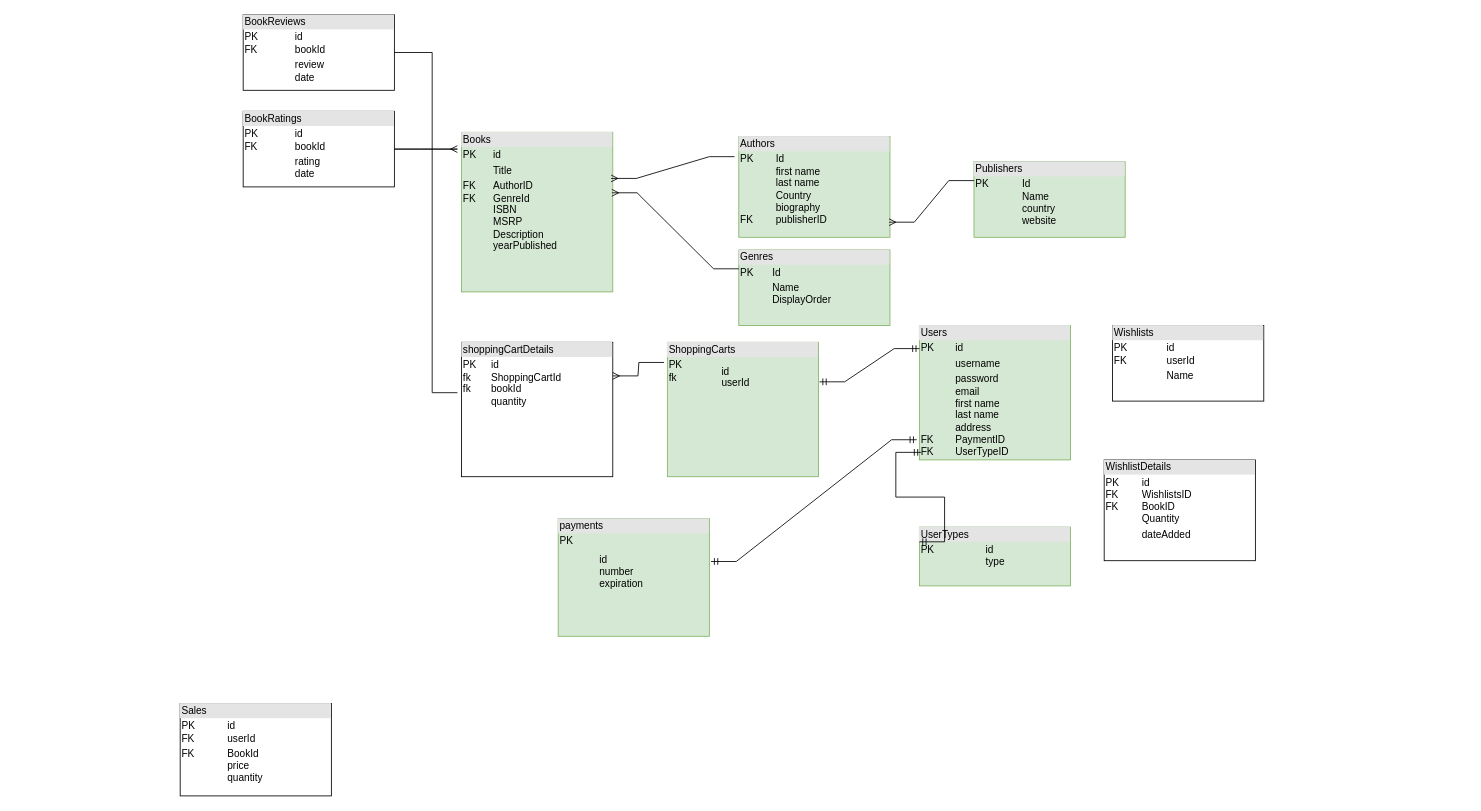
Earlier version of the draw.io diagram Database Schema.drawio (diegomfg/cen-bookapi). Source tidied: cells renumbered, new cells numbered last; positions are measured from the earlier drawing's top-left corner, leaving out a move shared by most shapes. Both pictures are drawn from the tidied source at 84%, with x=0, y=0 at pixel (180, 14).
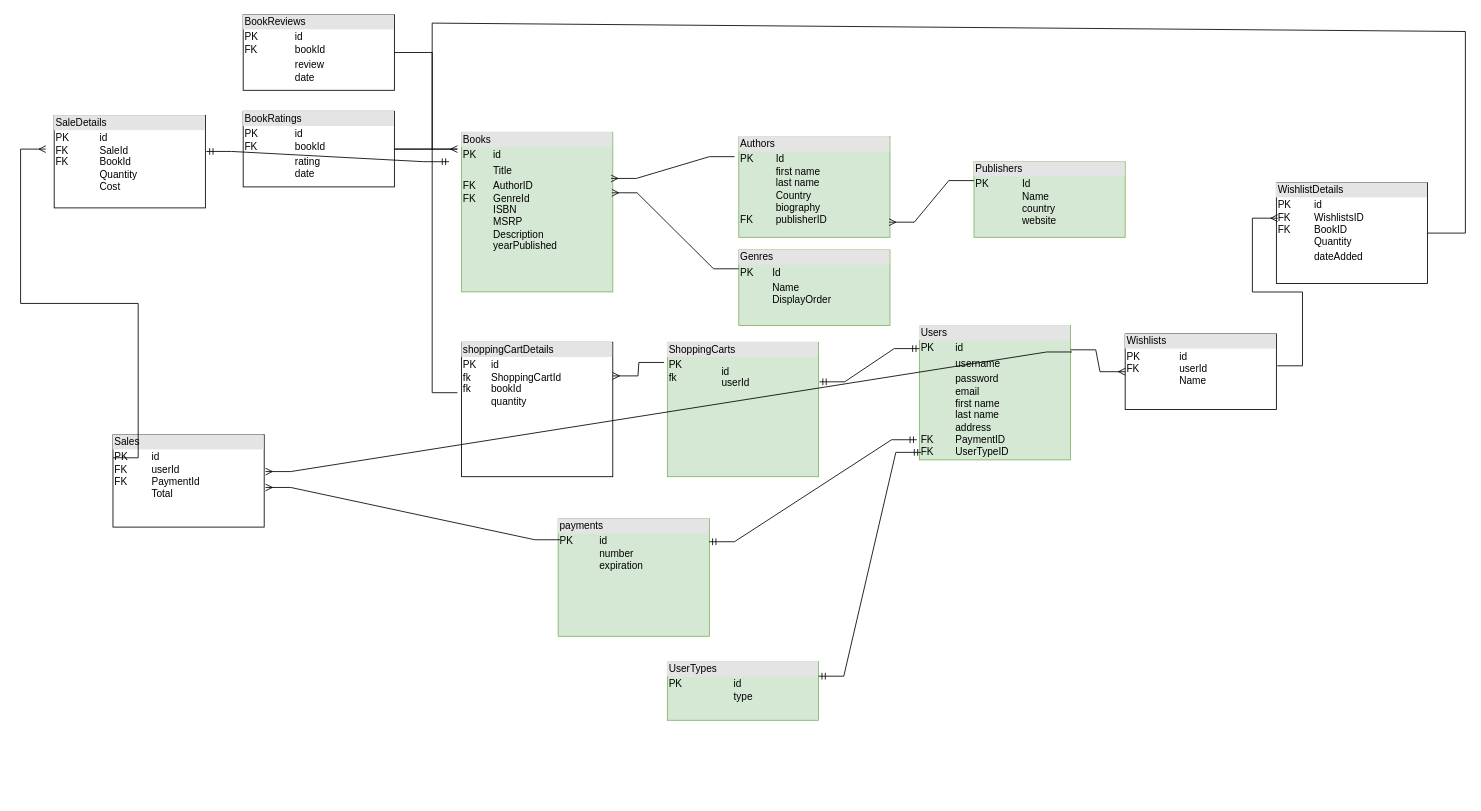
The same diagram, later.

Unchanged cells that the change refers to:
```xml
<mxCell id="6" value="&lt;div style=&quot;box-sizing:border-box;width:100%;background:#e4e4e4;padding:2px;&quot;&gt;Users&lt;/div&gt;&lt;table style=&quot;width:100%;font-size:1em;&quot; cellpadding=&quot;2&quot; cellspacing=&quot;0&quot;&gt;&lt;tbody&gt;&lt;tr&gt;&lt;td&gt;PK&lt;/td&gt;&lt;td&gt;id&lt;/td&gt;&lt;/tr&gt;&lt;tr&gt;&lt;td&gt;&lt;br&gt;&lt;/td&gt;&lt;td&gt;username&lt;/td&gt;&lt;/tr&gt;&lt;tr&gt;&lt;td&gt;&lt;br&gt;&lt;br&gt;&lt;br&gt;FK&lt;br&gt;FK&lt;/td&gt;&lt;td&gt;password&lt;br&gt;email&lt;br&gt;first name&lt;br&gt;last name&lt;br&gt;address&lt;br&gt;PaymentID&lt;br&gt;UserTypeID&lt;br&gt;&lt;br&gt;&lt;br&gt;&lt;/td&gt;&lt;/tr&gt;&lt;/tbody&gt;&lt;/table&gt;" style="verticalAlign=top;align=left;overflow=fill;html=1;whiteSpace=wrap;fillColor=#d5e8d4;strokeColor=#82b366;" parent="1" vertex="1">
  <mxGeometry x="880" y="370" width="180" height="160" as="geometry" />
</mxCell>
```

Diff of the diagram source:
```diff
@@
-    <mxCell id="7" value="&lt;div style=&quot;box-sizing:border-box;width:100%;background:#e4e4e4;padding:2px;&quot;&gt;payments&lt;/div&gt;&lt;table style=&quot;width:100%;font-size:1em;&quot; cellpadding=&quot;2&quot; cellspacing=&quot;0&quot;&gt;&lt;tbody&gt;&lt;tr&gt;&lt;td&gt;PK&lt;br&gt;&lt;br&gt;&lt;br&gt;&lt;br&gt;&lt;br&gt;&lt;br&gt;&lt;/td&gt;&lt;td&gt;id&lt;br&gt;number&lt;br style=&quot;--tw-translate-x: 0; --tw-translate-y: 0; --tw-rotate: 0; --tw-skew-x: 0; --tw-skew-y: 0; --tw-scale-x: 1; --tw-scale-y: 1; --tw-pan-x: ; --tw-pan-y: ; --tw-pinch-zoom: ; --tw-scroll-snap-strictness: proximity; --tw-ordinal: ; --tw-slashed-zero: ; --tw-numeric-figure: ; --tw-numeric-spacing: ; --tw-numeric-fraction: ; --tw-ring-inset: ; --tw-ring-offset-width: 0px; --tw-ring-offset-color: #fff; --tw-ring-color: rgb(59 130 246 / .5); --tw-ring-offset-shadow: 0 0 #0000; --tw-ring-shadow: 0 0 #0000; --tw-shadow: 0 0 #0000; --tw-shadow-colored: 0 0 #0000; --tw-blur: ; --tw-brightness: ; --tw-contrast: ; --tw-grayscale: ; --tw-hue-rotate: ; --tw-invert: ; --tw-saturate: ; --tw-sepia: ; --tw-drop-shadow: ; --tw-backdrop-blur: ; --tw-backdrop-brightness: ; --tw-backdrop-contrast: ; --tw-backdrop-grayscale: ; --tw-backdrop-hue-rotate: ; --tw-backdrop-invert: ; --tw-backdrop-opacity: ; --tw-backdrop-saturate: ; --tw-backdrop-sepia: ; border-color: var(--border-color);&quot;&gt;expiration&lt;br&gt;&lt;/td&gt;&lt;/tr&gt;&lt;tr&gt;&lt;td&gt;&lt;br&gt;&lt;/td&gt;&lt;td&gt;&lt;br&gt;&lt;/td&gt;&lt;/tr&gt;&lt;tr&gt;&lt;td&gt;&lt;br&gt;&lt;/td&gt;&lt;td&gt;&lt;br&gt;&lt;br&gt;&lt;/td&gt;&lt;/tr&gt;&lt;/tbody&gt;&lt;/table&gt;" style="verticalAlign=top;align=left;overflow=fill;html=1;whiteSpace=wrap;fillColor=#d5e8d4;strokeColor=#82b366;" parent="1" vertex="1">
+    <mxCell id="7" value="&lt;div style=&quot;box-sizing:border-box;width:100%;background:#e4e4e4;padding:2px;&quot;&gt;payments&lt;/div&gt;&lt;table style=&quot;width:100%;font-size:1em;&quot; cellpadding=&quot;2&quot; cellspacing=&quot;0&quot;&gt;&lt;tbody&gt;&lt;tr&gt;&lt;td&gt;PK&lt;br&gt;&lt;br&gt;&lt;br&gt;&lt;/td&gt;&lt;td&gt;id&lt;br&gt;number&lt;br style=&quot;--tw-translate-x: 0; --tw-translate-y: 0; --tw-rotate: 0; --tw-skew-x: 0; --tw-skew-y: 0; --tw-scale-x: 1; --tw-scale-y: 1; --tw-pan-x: ; --tw-pan-y: ; --tw-pinch-zoom: ; --tw-scroll-snap-strictness: proximity; --tw-ordinal: ; --tw-slashed-zero: ; --tw-numeric-figure: ; --tw-numeric-spacing: ; --tw-numeric-fraction: ; --tw-ring-inset: ; --tw-ring-offset-width: 0px; --tw-ring-offset-color: #fff; --tw-ring-color: rgb(59 130 246 / .5); --tw-ring-offset-shadow: 0 0 #0000; --tw-ring-shadow: 0 0 #0000; --tw-shadow: 0 0 #0000; --tw-shadow-colored: 0 0 #0000; --tw-blur: ; --tw-brightness: ; --tw-contrast: ; --tw-grayscale: ; --tw-hue-rotate: ; --tw-invert: ; --tw-saturate: ; --tw-sepia: ; --tw-drop-shadow: ; --tw-backdrop-blur: ; --tw-backdrop-brightness: ; --tw-backdrop-contrast: ; --tw-backdrop-grayscale: ; --tw-backdrop-hue-rotate: ; --tw-backdrop-invert: ; --tw-backdrop-opacity: ; --tw-backdrop-saturate: ; --tw-backdrop-sepia: ; border-color: var(--border-color);&quot;&gt;expiration&lt;br&gt;&lt;/td&gt;&lt;/tr&gt;&lt;tr&gt;&lt;td&gt;&lt;br&gt;&lt;/td&gt;&lt;td&gt;&lt;br&gt;&lt;/td&gt;&lt;/tr&gt;&lt;tr&gt;&lt;td&gt;&lt;br&gt;&lt;/td&gt;&lt;td&gt;&lt;br&gt;&lt;br&gt;&lt;/td&gt;&lt;/tr&gt;&lt;/tbody&gt;&lt;/table&gt;" style="verticalAlign=top;align=left;overflow=fill;html=1;whiteSpace=wrap;fillColor=#d5e8d4;strokeColor=#82b366;" parent="1" vertex="1">
       <mxGeometry x="450" y="600" width="180" height="140" as="geometry" />
     </mxCell>
@@
-    <mxCell id="11" value="&lt;div style=&quot;box-sizing:border-box;width:100%;background:#e4e4e4;padding:2px;&quot;&gt;Wishlists&lt;/div&gt;&lt;table style=&quot;width:100%;font-size:1em;&quot; cellpadding=&quot;2&quot; cellspacing=&quot;0&quot;&gt;&lt;tbody&gt;&lt;tr&gt;&lt;td&gt;PK&lt;br&gt;FK&lt;/td&gt;&lt;td&gt;id&lt;br&gt;userId&lt;/td&gt;&lt;/tr&gt;&lt;tr&gt;&lt;td&gt;&lt;br&gt;&lt;/td&gt;&lt;td&gt;Name&lt;/td&gt;&lt;/tr&gt;&lt;tr&gt;&lt;td&gt;&lt;/td&gt;&lt;td&gt;&lt;br&gt;&lt;br&gt;&lt;br&gt;&lt;/td&gt;&lt;/tr&gt;&lt;/tbody&gt;&lt;/table&gt;" style="verticalAlign=top;align=left;overflow=fill;html=1;whiteSpace=wrap;" parent="1" vertex="1">
-      <mxGeometry x="1110" y="370" width="180" height="90" as="geometry" />
+    <mxCell id="11" value="&lt;div style=&quot;box-sizing:border-box;width:100%;background:#e4e4e4;padding:2px;&quot;&gt;Wishlists&lt;/div&gt;&lt;table style=&quot;width:100%;font-size:1em;&quot; cellpadding=&quot;2&quot; cellspacing=&quot;0&quot;&gt;&lt;tbody&gt;&lt;tr&gt;&lt;td&gt;PK&lt;br&gt;FK&lt;br&gt;&lt;br&gt;&lt;/td&gt;&lt;td&gt;id&lt;br&gt;userId&lt;br&gt;Name&lt;/td&gt;&lt;/tr&gt;&lt;tr&gt;&lt;td&gt;&lt;br&gt;&lt;/td&gt;&lt;td&gt;&lt;br&gt;&lt;/td&gt;&lt;/tr&gt;&lt;tr&gt;&lt;td&gt;&lt;/td&gt;&lt;td&gt;&lt;br&gt;&lt;br&gt;&lt;br&gt;&lt;/td&gt;&lt;/tr&gt;&lt;/tbody&gt;&lt;/table&gt;" style="verticalAlign=top;align=left;overflow=fill;html=1;whiteSpace=wrap;" parent="1" vertex="1">
+      <mxGeometry x="1125" y="380" width="180" height="90" as="geometry" />
     </mxCell>
     <mxCell id="12" value="&lt;div style=&quot;box-sizing:border-box;width:100%;background:#e4e4e4;padding:2px;&quot;&gt;WishlistDetails&lt;/div&gt;&lt;table style=&quot;width:100%;font-size:1em;&quot; cellpadding=&quot;2&quot; cellspacing=&quot;0&quot;&gt;&lt;tbody&gt;&lt;tr&gt;&lt;td&gt;PK&lt;br&gt;FK&lt;br&gt;FK&lt;br&gt;&lt;br&gt;&lt;/td&gt;&lt;td&gt;id&lt;br&gt;WishlistsID&lt;br&gt;BookID&lt;br&gt;Quantity&lt;/td&gt;&lt;/tr&gt;&lt;tr&gt;&lt;td&gt;&lt;br&gt;&lt;/td&gt;&lt;td&gt;dateAdded&lt;/td&gt;&lt;/tr&gt;&lt;tr&gt;&lt;td&gt;&lt;/td&gt;&lt;td&gt;&lt;br&gt;&lt;br&gt;&lt;br&gt;&lt;/td&gt;&lt;/tr&gt;&lt;/tbody&gt;&lt;/table&gt;" style="verticalAlign=top;align=left;overflow=fill;html=1;whiteSpace=wrap;" parent="1" vertex="1">
-      <mxGeometry x="1100" y="530" width="180" height="120" as="geometry" />
+      <mxGeometry x="1305" y="200" width="180" height="120" as="geometry" />
     </mxCell>
-    <mxCell id="13" value="&lt;div style=&quot;box-sizing:border-box;width:100%;background:#e4e4e4;padding:2px;&quot;&gt;Sales&lt;/div&gt;&lt;table style=&quot;width:100%;font-size:1em;&quot; cellpadding=&quot;2&quot; cellspacing=&quot;0&quot;&gt;&lt;tbody&gt;&lt;tr&gt;&lt;td&gt;PK&lt;br&gt;FK&lt;/td&gt;&lt;td&gt;id&lt;br&gt;userId&lt;/td&gt;&lt;/tr&gt;&lt;tr&gt;&lt;td&gt;FK&lt;br&gt;&lt;br&gt;&lt;br&gt;&lt;/td&gt;&lt;td&gt;BookId&lt;br&gt;price&lt;br&gt;quantity&lt;/td&gt;&lt;/tr&gt;&lt;tr&gt;&lt;td&gt;&lt;br&gt;&lt;/td&gt;&lt;td&gt;&lt;br&gt;&lt;br&gt;&lt;br&gt;&lt;/td&gt;&lt;/tr&gt;&lt;/tbody&gt;&lt;/table&gt;" style="verticalAlign=top;align=left;overflow=fill;html=1;whiteSpace=wrap;" parent="1" vertex="1">
-      <mxGeometry y="820" width="180" height="110" as="geometry" />
+    <mxCell id="13" value="&lt;div style=&quot;box-sizing:border-box;width:100%;background:#e4e4e4;padding:2px;&quot;&gt;Sales&lt;/div&gt;&lt;table style=&quot;width:100%;font-size:1em;&quot; cellpadding=&quot;2&quot; cellspacing=&quot;0&quot;&gt;&lt;tbody&gt;&lt;tr&gt;&lt;td&gt;PK&lt;br&gt;FK&lt;br&gt;FK&lt;br&gt;&lt;br&gt;&lt;/td&gt;&lt;td&gt;id&lt;br&gt;userId&lt;br&gt;PaymentId&lt;br&gt;Total&lt;/td&gt;&lt;/tr&gt;&lt;tr&gt;&lt;td&gt;&lt;br&gt;&lt;/td&gt;&lt;td&gt;&lt;br&gt;&lt;/td&gt;&lt;/tr&gt;&lt;tr&gt;&lt;td&gt;&lt;br&gt;&lt;/td&gt;&lt;td&gt;&lt;br&gt;&lt;br&gt;&lt;br&gt;&lt;/td&gt;&lt;/tr&gt;&lt;/tbody&gt;&lt;/table&gt;" style="verticalAlign=top;align=left;overflow=fill;html=1;whiteSpace=wrap;" parent="1" vertex="1">
+      <mxGeometry x="-80" y="500" width="180" height="110" as="geometry" />
     </mxCell>
@@
     <mxCell id="17" value="&lt;div style=&quot;box-sizing:border-box;width:100%;background:#e4e4e4;padding:2px;&quot;&gt;UserTypes&lt;/div&gt;&lt;table style=&quot;width:100%;font-size:1em;&quot; cellpadding=&quot;2&quot; cellspacing=&quot;0&quot;&gt;&lt;tbody&gt;&lt;tr&gt;&lt;td&gt;PK&lt;br&gt;&lt;br&gt;&lt;/td&gt;&lt;td&gt;id&lt;br&gt;type&lt;/td&gt;&lt;/tr&gt;&lt;tr&gt;&lt;td&gt;&lt;/td&gt;&lt;td&gt;&lt;br&gt;&lt;/td&gt;&lt;/tr&gt;&lt;tr&gt;&lt;td&gt;&lt;/td&gt;&lt;td&gt;&lt;br&gt;&lt;br&gt;&lt;br&gt;&lt;/td&gt;&lt;/tr&gt;&lt;/tbody&gt;&lt;/table&gt;" style="verticalAlign=top;align=left;overflow=fill;html=1;whiteSpace=wrap;fillColor=#d5e8d4;strokeColor=#82b366;" parent="1" vertex="1">
-      <mxGeometry x="880" y="610" width="180" height="70" as="geometry" />
+      <mxGeometry x="580" y="770" width="180" height="70" as="geometry" />
     </mxCell>
-    <mxCell id="18" style="edgeStyle=entityRelationEdgeStyle;fontSize=12;html=1;endArrow=ERmandOne;startArrow=ERmandOne;rounded=0;fontFamily=Helvetica;fontColor=default;exitX=1.011;exitY=0.364;exitDx=0;exitDy=0;exitPerimeter=0;entryX=-0.017;entryY=0.85;entryDx=0;entryDy=0;entryPerimeter=0;" parent="1" edge="1" source="7" target="6">
+    <mxCell id="18" style="edgeStyle=entityRelationEdgeStyle;fontSize=12;html=1;endArrow=ERmandOne;startArrow=ERmandOne;rounded=0;fontFamily=Helvetica;fontColor=default;exitX=0.999;exitY=0.196;exitDx=0;exitDy=0;exitPerimeter=0;entryX=-0.017;entryY=0.85;entryDx=0;entryDy=0;entryPerimeter=0;" parent="1" edge="1" source="7" target="6">
       <mxGeometry relative="1" as="geometry" />
     </mxCell>
@@
-    <mxCell id="20" style="edgeStyle=entityRelationEdgeStyle;fontSize=12;html=1;endArrow=ERmandOne;startArrow=ERmandOne;rounded=0;fontFamily=Helvetica;fontColor=default;exitX=0;exitY=0.25;exitDx=0;exitDy=0;entryX=0.011;entryY=0.944;entryDx=0;entryDy=0;entryPerimeter=0;" parent="1" edge="1" source="17" target="6">
+    <mxCell id="20" style="edgeStyle=entityRelationEdgeStyle;fontSize=12;html=1;endArrow=ERmandOne;startArrow=ERmandOne;rounded=0;fontFamily=Helvetica;fontColor=default;exitX=1;exitY=0.25;exitDx=0;exitDy=0;entryX=0.011;entryY=0.944;entryDx=0;entryDy=0;entryPerimeter=0;" parent="1" edge="1" source="17" target="6">
       <mxGeometry relative="1" as="geometry">
         <Array as="points">
           <mxPoint x="840" y="590" />
           <mxPoint x="850" y="620" />
           <mxPoint x="880" y="550" />
         </Array>
       </mxGeometry>
     </mxCell>
@@
+    <mxCell id="27" style="edgeStyle=entityRelationEdgeStyle;fontSize=12;html=1;endArrow=ERmany;rounded=0;fontFamily=Helvetica;fontColor=default;exitX=1;exitY=0.181;exitDx=0;exitDy=0;entryX=0;entryY=0.5;entryDx=0;entryDy=0;exitPerimeter=0;" parent="1" edge="1" source="6" target="11">
+      <mxGeometry relative="1" as="geometry" />
+    </mxCell>
+    <mxCell id="28" style="edgeStyle=entityRelationEdgeStyle;fontSize=12;html=1;endArrow=ERmany;rounded=0;fontFamily=Helvetica;fontColor=default;exitX=1.006;exitY=0.422;exitDx=0;exitDy=0;entryX=0.008;entryY=0.352;entryDx=0;entryDy=0;exitPerimeter=0;entryPerimeter=0;" parent="1" edge="1" source="11" target="12">
+      <mxGeometry relative="1" as="geometry">
+        <Array as="points">
+          <mxPoint x="1360" y="409" />
+        </Array>
+      </mxGeometry>
+    </mxCell>
+    <mxCell id="29" style="endArrow=none;html=1;rounded=0;fontFamily=Helvetica;fontSize=12;fontColor=default;exitX=1;exitY=0.5;exitDx=0;exitDy=0;" parent="1" edge="1" source="12">
+      <mxGeometry relative="1" as="geometry">
+        <mxPoint x="1530" y="20" as="targetPoint" />
+        <Array as="points">
+          <mxPoint x="1530" y="260" />
+        </Array>
+      </mxGeometry>
+    </mxCell>
+    <mxCell id="30" style="endArrow=none;html=1;rounded=0;fontFamily=Helvetica;fontSize=12;fontColor=default;" parent="1" edge="1">
+      <mxGeometry relative="1" as="geometry">
+        <mxPoint x="300" y="160" as="sourcePoint" />
+        <mxPoint x="1530" y="20" as="targetPoint" />
+        <Array as="points">
+          <mxPoint x="300" y="10" />
+        </Array>
+      </mxGeometry>
+    </mxCell>
+    <mxCell id="31" value="&lt;div style=&quot;box-sizing:border-box;width:100%;background:#e4e4e4;padding:2px;&quot;&gt;SaleDetails&lt;/div&gt;&lt;table style=&quot;width:100%;font-size:1em;&quot; cellpadding=&quot;2&quot; cellspacing=&quot;0&quot;&gt;&lt;tbody&gt;&lt;tr&gt;&lt;td&gt;PK&lt;br&gt;FK&lt;br&gt;FK&lt;br&gt;&lt;br&gt;&lt;br&gt;&lt;/td&gt;&lt;td&gt;id&lt;br&gt;SaleId&lt;br&gt;BookId&lt;br&gt;Quantity&lt;br&gt;Cost&lt;/td&gt;&lt;/tr&gt;&lt;tr&gt;&lt;td&gt;&lt;br&gt;&lt;/td&gt;&lt;td&gt;&lt;br&gt;&lt;/td&gt;&lt;/tr&gt;&lt;tr&gt;&lt;td&gt;&lt;br&gt;&lt;/td&gt;&lt;td&gt;&lt;br&gt;&lt;br&gt;&lt;br&gt;&lt;/td&gt;&lt;/tr&gt;&lt;/tbody&gt;&lt;/table&gt;" style="verticalAlign=top;align=left;overflow=fill;html=1;whiteSpace=wrap;" parent="1" vertex="1">
+      <mxGeometry x="-150" y="120" width="180" height="110" as="geometry" />
+    </mxCell>
+    <mxCell id="32" style="edgeStyle=entityRelationEdgeStyle;fontSize=12;html=1;endArrow=ERmany;rounded=0;fontFamily=Helvetica;fontColor=default;exitX=1.009;exitY=0.197;exitDx=0;exitDy=0;exitPerimeter=0;entryX=1.009;entryY=0.399;entryDx=0;entryDy=0;entryPerimeter=0;" parent="1" edge="1" source="6" target="13">
+      <mxGeometry relative="1" as="geometry" />
+    </mxCell>
+    <mxCell id="33" style="edgeStyle=entityRelationEdgeStyle;fontSize=12;html=1;endArrow=ERmany;rounded=0;fontFamily=Helvetica;fontColor=default;entryX=1.009;entryY=0.571;entryDx=0;entryDy=0;entryPerimeter=0;exitX=0.012;exitY=0.179;exitDx=0;exitDy=0;exitPerimeter=0;" parent="1" edge="1" source="7" target="13">
+      <mxGeometry relative="1" as="geometry" />
+    </mxCell>
+    <mxCell id="34" style="edgeStyle=entityRelationEdgeStyle;fontSize=12;html=1;endArrow=ERmany;rounded=0;fontFamily=Helvetica;fontColor=default;exitX=0;exitY=0.25;exitDx=0;exitDy=0;" parent="1" edge="1" source="13">
+      <mxGeometry relative="1" as="geometry">
+        <mxPoint x="-160" y="160" as="targetPoint" />
+      </mxGeometry>
+    </mxCell>
+    <mxCell id="35" style="edgeStyle=entityRelationEdgeStyle;fontSize=12;html=1;endArrow=ERmandOne;startArrow=ERmandOne;rounded=0;fontFamily=Helvetica;fontColor=default;exitX=1.006;exitY=0.389;exitDx=0;exitDy=0;exitPerimeter=0;" parent="1" edge="1" source="31">
+      <mxGeometry relative="1" as="geometry">
+        <mxPoint x="320" y="175" as="targetPoint" />
+      </mxGeometry>
+    </mxCell>
```
